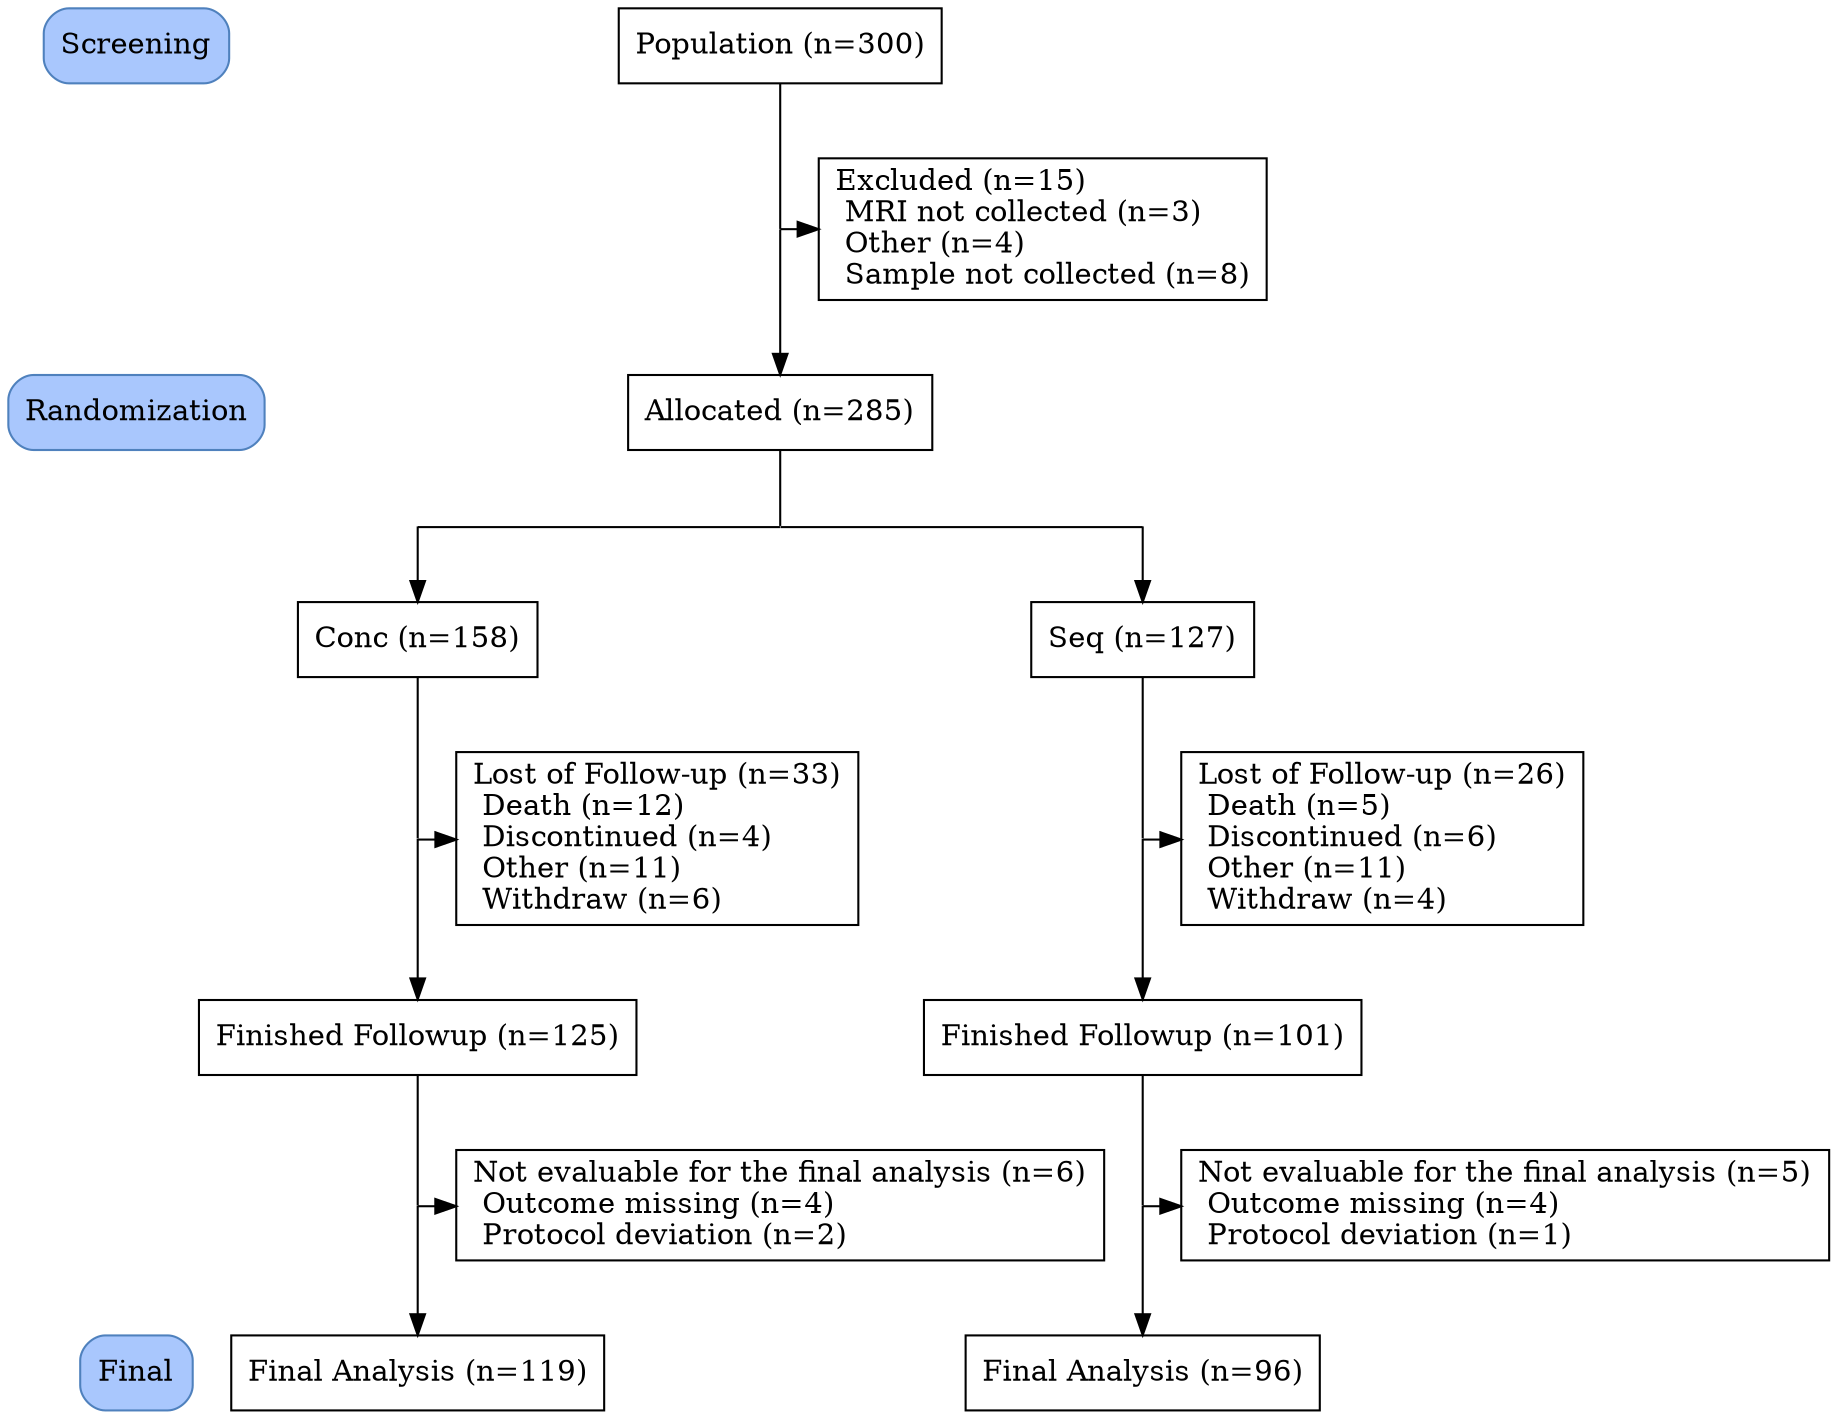
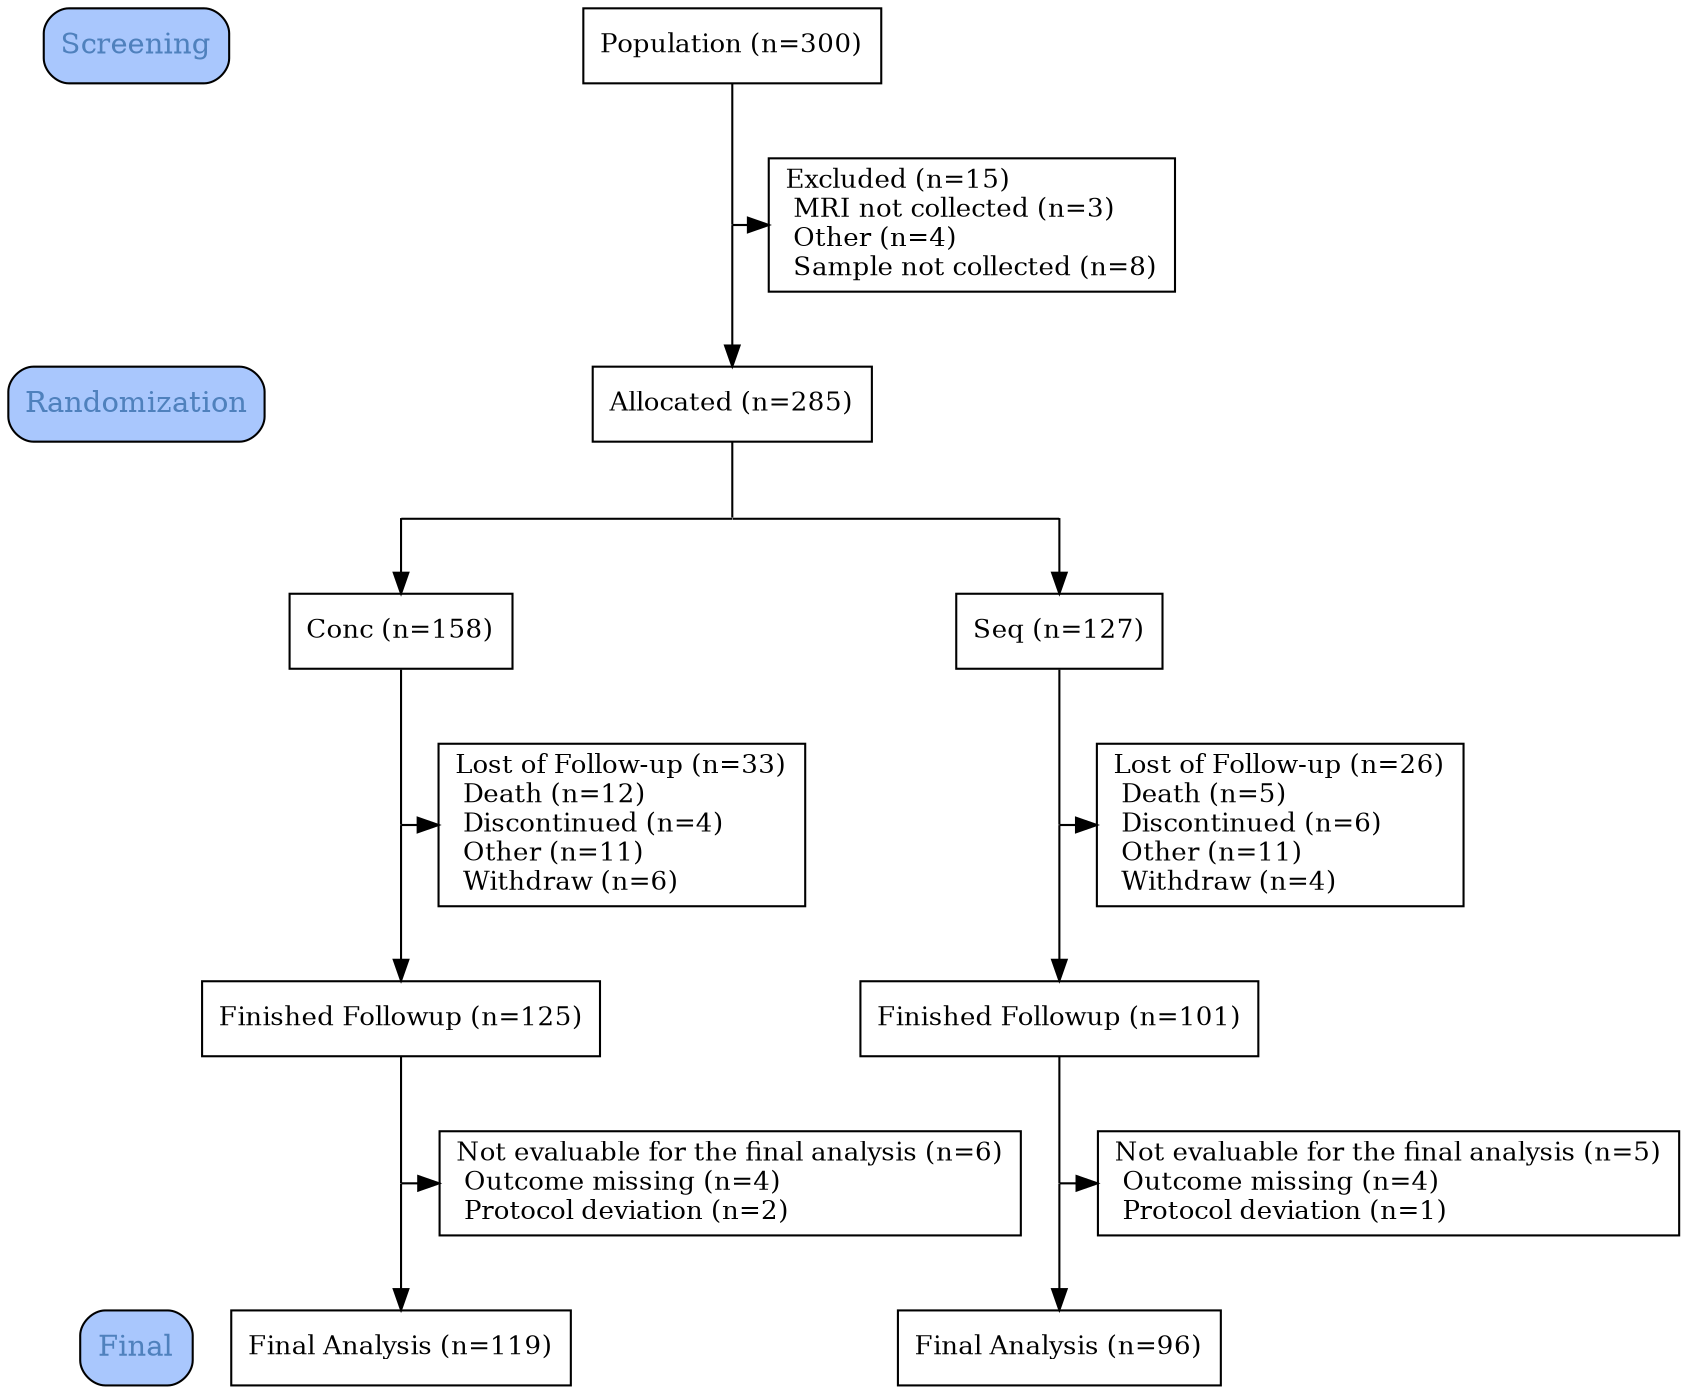
digraph consort_diagram {
  graph [layout = dot, splines=ortho]

- node [shape = rectangle, style = "rounded,filled", fillcolor = "#A9C7FD" color = "#4F81BD"]
- label14 [label = "Screening"]
- label15 [label = "Randomization"]
- label16 [label = "Final"]
+ node [shape = rectangle]

+ label14 [label = "Screening" fillcolor="#A9C7FD" style="rounded,filled" fontcolor="#4F81BD"]
+ label15 [label = "Randomization" fillcolor="#A9C7FD" style="rounded,filled" fontcolor="#4F81BD"]
+ label16 [label = "Final" fillcolor="#A9C7FD" style="rounded,filled" fontcolor="#4F81BD"]

edge[style=invis];
label14 -> label15 -> label16;


# node definitions with substituted label text
-   node [shape = rectangle, fillcolor = Biege, style="", fillcolor = "", color = ""]

- node1 [label = "Population (n=300)" group=A1]
- node2 [label = "Excluded (n=15)\l MRI not collected (n=3)\l Other (n=4)\l Sample not collected (n=8)\l"]
- node3 [label = "Allocated (n=285)" group=A1]
- node4 [label = "Conc (n=158)" group=B1]
- node5 [label = "Seq (n=127)" group=B2]
- node6 [label = "Lost of Follow-up (n=33)\l Death (n=12)\l Discontinued (n=4)\l Other (n=11)\l Withdraw (n=6)\l"]
- node7 [label = "Lost of Follow-up (n=26)\l Death (n=5)\l Discontinued (n=6)\l Other (n=11)\l Withdraw (n=4)\l"]
- node8 [label = "Finished Followup (n=125)" group=B1]
- node9 [label = "Finished Followup (n=101)" group=B2]
- node10 [label = "Not evaluable for the final analysis (n=6)\l Outcome missing (n=4)\l Protocol deviation (n=2)\l"]
- node11 [label = "Not evaluable for the final analysis (n=5)\l Outcome missing (n=4)\l Protocol deviation (n=1)\l"]
- node12 [label = "Final Analysis (n=119)" group=B1]
- node13 [label = "Final Analysis (n=96)" group=B2]
+ node1 [label = "Population (n=300)" group=A1 fillcolor="white" style="filled" fontcolor="black" fontsize=12.6]
+ node2 [label = "Excluded (n=15)\l MRI not collected (n=3)\l Other (n=4)\l Sample not collected (n=8)\l" fillcolor="white" style="filled" fontcolor="black" fontsize=12.6]
+ node3 [label = "Allocated (n=285)" group=A1 fillcolor="white" style="filled" fontcolor="black" fontsize=12.6]
+ node4 [label = "Conc (n=158)" group=B1 fillcolor="white" style="filled" fontcolor="black" fontsize=12.6]
+ node5 [label = "Seq (n=127)" group=B2 fillcolor="white" style="filled" fontcolor="black" fontsize=12.6]
+ node6 [label = "Lost of Follow-up (n=33)\l Death (n=12)\l Discontinued (n=4)\l Other (n=11)\l Withdraw (n=6)\l" fillcolor="white" style="filled" fontcolor="black" fontsize=12.6]
+ node7 [label = "Lost of Follow-up (n=26)\l Death (n=5)\l Discontinued (n=6)\l Other (n=11)\l Withdraw (n=4)\l" fillcolor="white" style="filled" fontcolor="black" fontsize=12.6]
+ node8 [label = "Finished Followup (n=125)" group=B1 fillcolor="white" style="filled" fontcolor="black" fontsize=12.6]
+ node9 [label = "Finished Followup (n=101)" group=B2 fillcolor="white" style="filled" fontcolor="black" fontsize=12.6]
+ node10 [label = "Not evaluable for the final analysis (n=6)\l Outcome missing (n=4)\l Protocol deviation (n=2)\l" fillcolor="white" style="filled" fontcolor="black" fontsize=12.6]
+ node11 [label = "Not evaluable for the final analysis (n=5)\l Outcome missing (n=4)\l Protocol deviation (n=1)\l" fillcolor="white" style="filled" fontcolor="black" fontsize=12.6]
+ node12 [label = "Final Analysis (n=119)" group=B1 fillcolor="white" style="filled" fontcolor="black" fontsize=12.6]
+ node13 [label = "Final Analysis (n=96)" group=B2 fillcolor="white" style="filled" fontcolor="black" fontsize=12.6]


## Invisible point node for joints

node [shape = point, width = 0, style=invis]

P1 [group=A1]
P2 [group=B1]
P3 [group=A1]
P4 [group=B2]
P5 [group=B1]
P6 [group=B2]
P7 [group=B1]
P8 [group=B2]

subgraph {
  rank = same; rankdir = LR; label14;  node1;
  }
subgraph {
  rank = same; rankdir = LR; P1; node2;
  }
subgraph {
  rank = same; rankdir = LR; P2; P3; P4;
  }
subgraph {
  rank = same; rankdir = LR; node4; node5;
  }
subgraph {
  rank = same; rankdir = LR; P5; node6;
  }
subgraph {
  rank = same; rankdir = LR; node8; node9;
  }
subgraph {
  rank = same; rankdir = LR; node6; node7;
  }
subgraph {
  rank = same; rankdir = LR; P6; node7;
  }
subgraph {
  rank = same; rankdir = LR; P7; node10;
  }
subgraph {
  rank = same; rankdir = LR; label16;  node12; node13;
  }
subgraph {
  rank = same; rankdir = LR; node10; node11;
  }
subgraph {
  rank = same; rankdir = LR; P8; node11;
  }
subgraph {
  rank = same; rankdir = LR; label15; node3;
  }

- edge[style=""];
+ edge[color="black" penwidth=1 style="" arrowhead="normal" arrowsize=1.00];

node1 -> P1 [arrowhead = none];
P1 -> node2;
P1 -> node3;
node3 -> P3 [arrowhead = none];
P2 -> node4;
P4 -> node5;
P2 -> P3 -> P4 [arrowhead = none];
node4 -> P5 [arrowhead = none];
P5 -> node6;
P5 -> node8;
node5 -> P6 [arrowhead = none];
P6 -> node7;
P6 -> node9;
node8 -> P7 [arrowhead = none];
P7 -> node10;
P7 -> node12;
node9 -> P8 [arrowhead = none];
P8 -> node11;
P8 -> node13;


}
